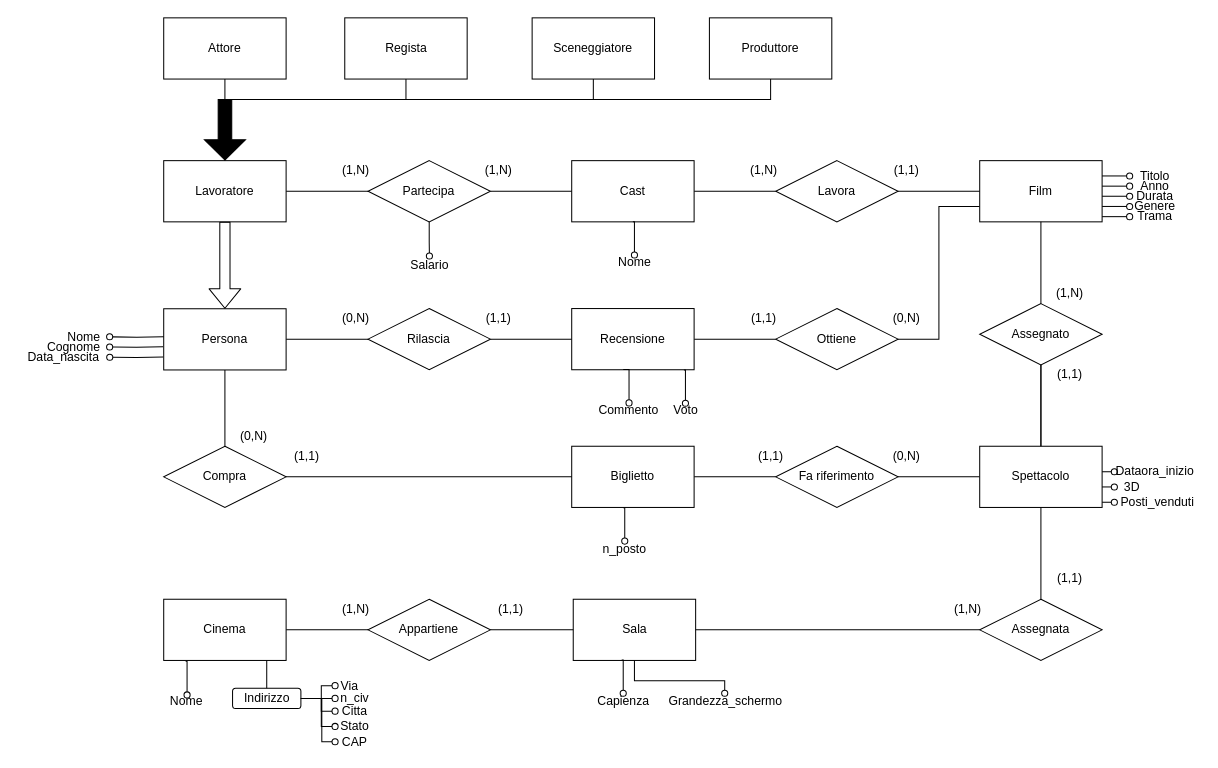
Before: SchemaER.drawio in ToldoDM/UDBP, a draw.io diagram. Source tidied: cells renumbered, new cells numbered last; positions are measured from the earlier drawing's top-left corner, leaving out a move shared by most shapes. Both pictures are drawn from the tidied source at 102%, with x=0, y=0 at pixel (17, 17).
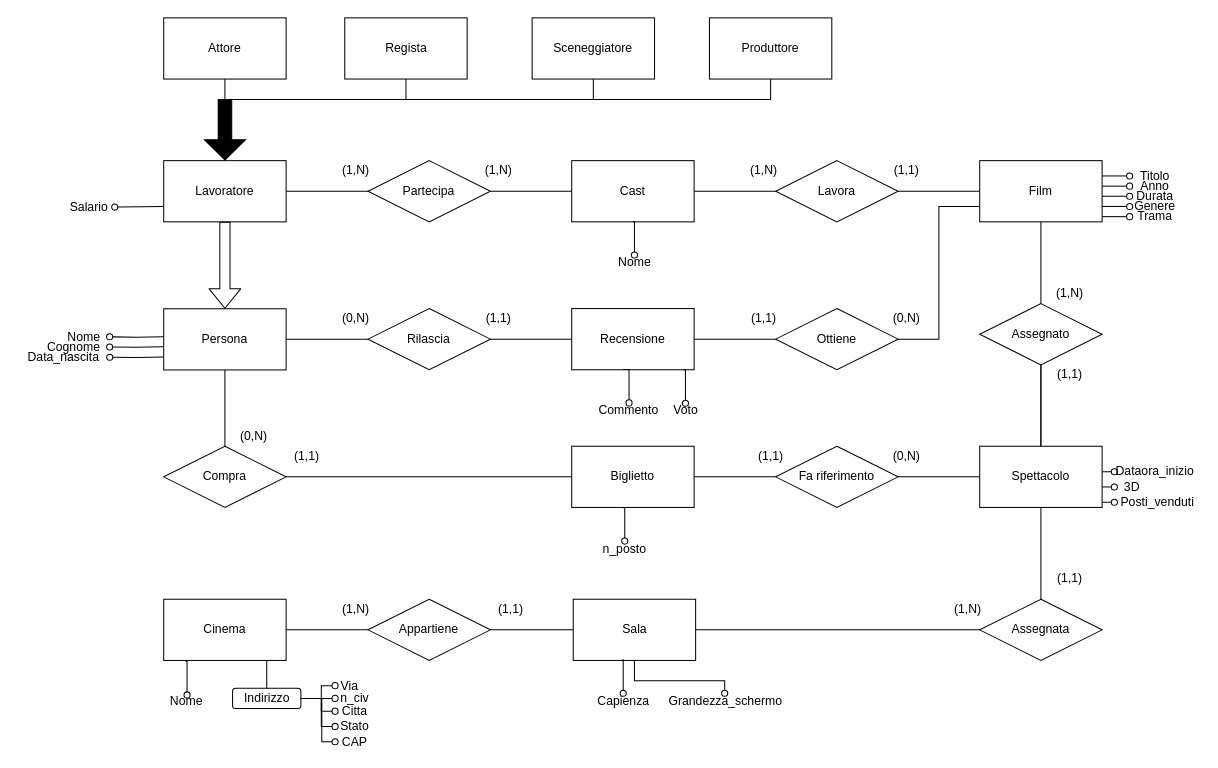
After the change.

Commit message (it also covers changes not shown here):
Aggiornato schema er

The change refers to these unchanged cells:
```xml
<mxCell id="28" value="Partecipa" style="rhombus;whiteSpace=wrap;html=1;" parent="1" vertex="1">
  <mxGeometry x="343.3" y="140" width="120" height="60" as="geometry" />
</mxCell>
<mxCell id="29" value="Lavoratore" style="rounded=0;whiteSpace=wrap;html=1;" parent="1" vertex="1">
  <mxGeometry x="143" y="140" width="120" height="60" as="geometry" />
</mxCell>
```

Diff of the diagram source:
```diff
@@
-    <mxCell id="75" style="edgeStyle=orthogonalEdgeStyle;rounded=0;jettySize=auto;html=1;endArrow=oval;endFill=0;" parent="1" edge="1" source="28" target="76">
-      <mxGeometry relative="1" as="geometry" />
+    <mxCell id="75" style="edgeStyle=orthogonalEdgeStyle;rounded=0;jettySize=auto;html=1;endArrow=oval;endFill=0;entryX=1;entryY=0.5;entryDx=0;entryDy=0;exitX=0;exitY=0.75;exitDx=0;exitDy=0;" parent="1" edge="1" source="29" target="76">
+      <mxGeometry relative="1" as="geometry">
+        <Array as="points">
+          <mxPoint x="143" y="186" />
+        </Array>
+      </mxGeometry>
     </mxCell>
     <mxCell id="76" value="Salario" style="text;html=1;strokeColor=none;fillColor=none;align=center;verticalAlign=middle;whiteSpace=wrap;rounded=0;" parent="1" vertex="1">
-      <mxGeometry x="378.5" y="233.5" width="50" height="18" as="geometry" />
+      <mxGeometry x="45" y="175" width="50" height="21" as="geometry" />
     </mxCell>
```
